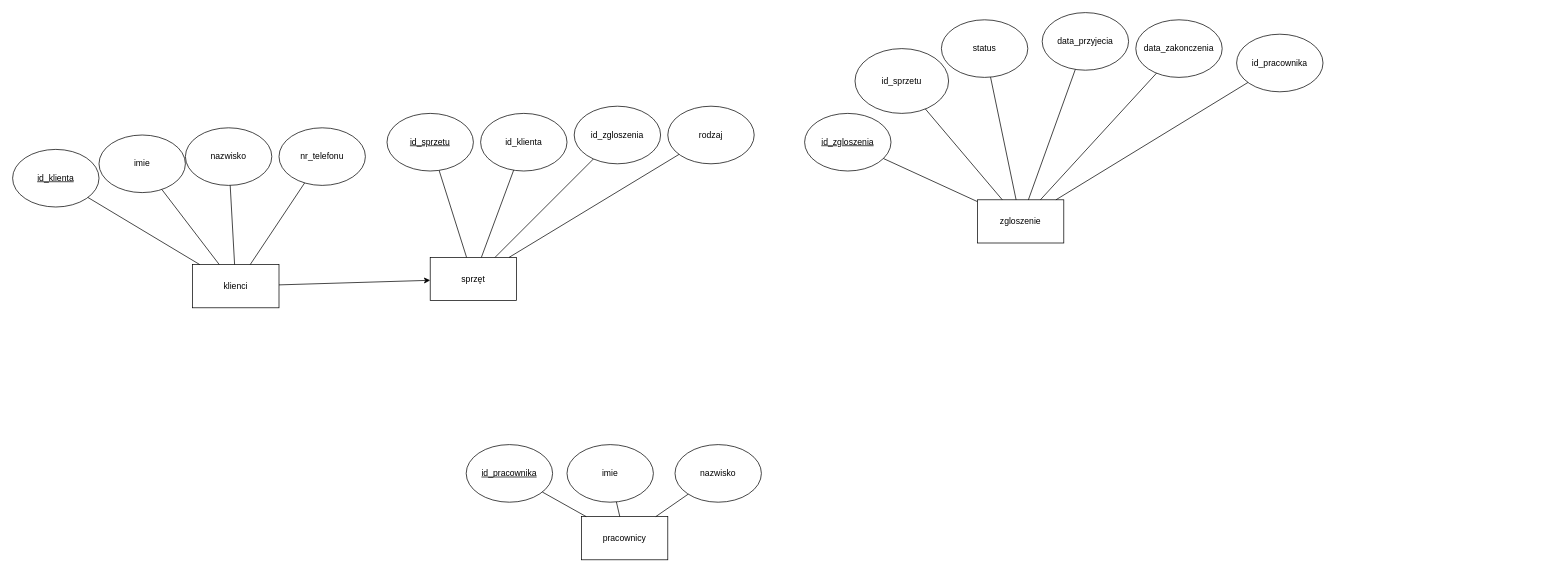
Before: BazyDanych.drawio in Rogala53/Bazy-Danych, a draw.io diagram. Source tidied: cells renumbered, new cells numbered last; positions are measured from the earlier drawing's top-left corner, leaving out a move shared by most shapes. Both pictures are drawn from the tidied source at 72%, with x=0, y=0 at pixel (12, 12).
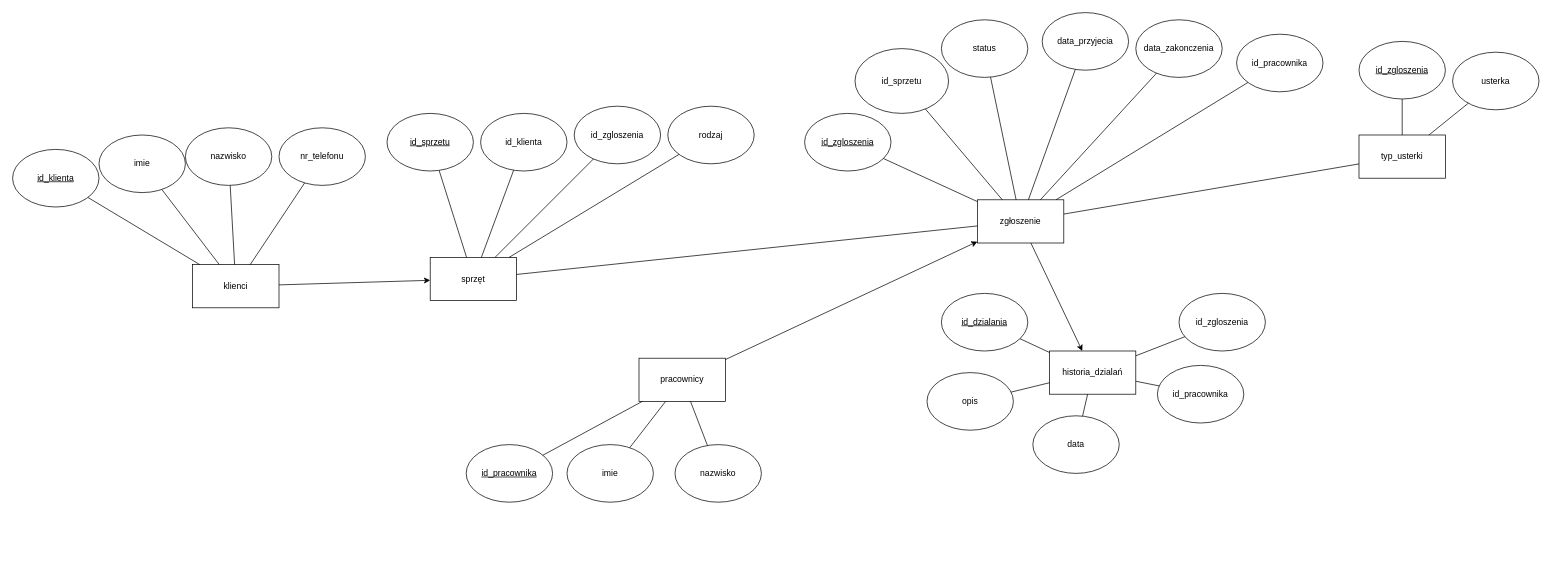
Above is the later version.

The change refers to these unchanged cells:
```xml
<mxCell id="31" value="sprzęt" style="rounded=0;whiteSpace=wrap;html=1;" parent="1" vertex="1">
  <mxGeometry x="580" y="340" width="120" height="60" as="geometry" />
</mxCell>
```

Diff of the diagram source:
```diff
@@
-    <mxCell id="11" value="zgloszenie" style="rounded=0;whiteSpace=wrap;html=1;" parent="1" vertex="1">
+    <mxCell id="11" value="zgłoszenie" style="rounded=0;whiteSpace=wrap;html=1;" parent="1" vertex="1">
       <mxGeometry x="1340" y="260" width="120" height="60" as="geometry" />
     </mxCell>
@@
     <mxCell id="18" value="pracownicy" style="rounded=0;whiteSpace=wrap;html=1;" parent="1" vertex="1">
-      <mxGeometry x="790" y="700" width="120" height="60" as="geometry" />
+      <mxGeometry x="870" y="480" width="120" height="60" as="geometry" />
     </mxCell>
@@
+    <mxCell id="41" value="typ_usterki" style="rounded=0;whiteSpace=wrap;html=1;" parent="1" vertex="1">
+      <mxGeometry x="1870" y="170" width="120" height="60" as="geometry" />
+    </mxCell>
+    <mxCell id="42" value="usterka" style="ellipse;whiteSpace=wrap;html=1;" parent="1" vertex="1">
+      <mxGeometry x="2000" y="55" width="120" height="80" as="geometry" />
+    </mxCell>
+    <mxCell id="43" value="&lt;u&gt;id_zgloszenia&lt;/u&gt;" style="ellipse;whiteSpace=wrap;html=1;" parent="1" vertex="1">
+      <mxGeometry x="1870" y="40" width="120" height="80" as="geometry" />
+    </mxCell>
+    <mxCell id="44" style="endArrow=none;html=1;rounded=0;" parent="1" edge="1" source="41" target="43">
+      <mxGeometry relative="1" as="geometry" />
+    </mxCell>
+    <mxCell id="45" style="endArrow=none;html=1;rounded=0;" parent="1" edge="1" source="41" target="42">
+      <mxGeometry relative="1" as="geometry" />
+    </mxCell>
+    <mxCell id="46" value="historia_dzialań" style="rounded=0;whiteSpace=wrap;html=1;" parent="1" vertex="1">
+      <mxGeometry x="1440" y="470" width="120" height="60" as="geometry" />
+    </mxCell>
+    <mxCell id="47" value="id_zgloszenia" style="ellipse;whiteSpace=wrap;html=1;" parent="1" vertex="1">
+      <mxGeometry x="1620" y="390" width="120" height="80" as="geometry" />
+    </mxCell>
+    <mxCell id="48" value="id_pracownika" style="ellipse;whiteSpace=wrap;html=1;" parent="1" vertex="1">
+      <mxGeometry x="1590" y="490" width="120" height="80" as="geometry" />
+    </mxCell>
+    <mxCell id="49" value="data" style="ellipse;whiteSpace=wrap;html=1;" parent="1" vertex="1">
+      <mxGeometry x="1417" y="560" width="120" height="80" as="geometry" />
+    </mxCell>
+    <mxCell id="50" value="opis" style="ellipse;whiteSpace=wrap;html=1;" parent="1" vertex="1">
+      <mxGeometry x="1270" y="500" width="120" height="80" as="geometry" />
+    </mxCell>
+    <mxCell id="51" style="endArrow=none;html=1;rounded=0;" parent="1" edge="1" source="50" target="46">
+      <mxGeometry relative="1" as="geometry" />
+    </mxCell>
+    <mxCell id="52" style="endArrow=none;html=1;rounded=0;" parent="1" edge="1" source="49" target="46">
+      <mxGeometry relative="1" as="geometry" />
+    </mxCell>
+    <mxCell id="53" style="endArrow=none;html=1;rounded=0;" parent="1" edge="1" source="46" target="47">
+      <mxGeometry relative="1" as="geometry" />
+    </mxCell>
+    <mxCell id="54" style="endArrow=none;html=1;rounded=0;" parent="1" edge="1" source="46" target="48">
+      <mxGeometry relative="1" as="geometry" />
+    </mxCell>
+    <mxCell id="55" style="endArrow=classic;html=1;rounded=0;" parent="1" edge="1" source="11" target="46">
+      <mxGeometry relative="1" as="geometry" />
+    </mxCell>
+    <mxCell id="56" value="&lt;u&gt;id_dzialania&lt;/u&gt;" style="ellipse;whiteSpace=wrap;html=1;" parent="1" vertex="1">
+      <mxGeometry x="1290" y="390" width="120" height="80" as="geometry" />
+    </mxCell>
+    <mxCell id="57" style="endArrow=none;html=1;rounded=0;" parent="1" edge="1" source="56" target="46">
+      <mxGeometry relative="1" as="geometry" />
+    </mxCell>
+    <mxCell id="58" style="endArrow=none;html=1;rounded=0;" parent="1" edge="1" source="11" target="41">
+      <mxGeometry relative="1" as="geometry" />
+    </mxCell>
+    <mxCell id="59" style="endArrow=none;html=1;rounded=0;" parent="1" edge="1" source="31" target="11">
+      <mxGeometry relative="1" as="geometry" />
+    </mxCell>
+    <mxCell id="60" style="endArrow=classic;html=1;rounded=0;" parent="1" edge="1" source="18" target="11">
+      <mxGeometry relative="1" as="geometry" />
+    </mxCell>
```
